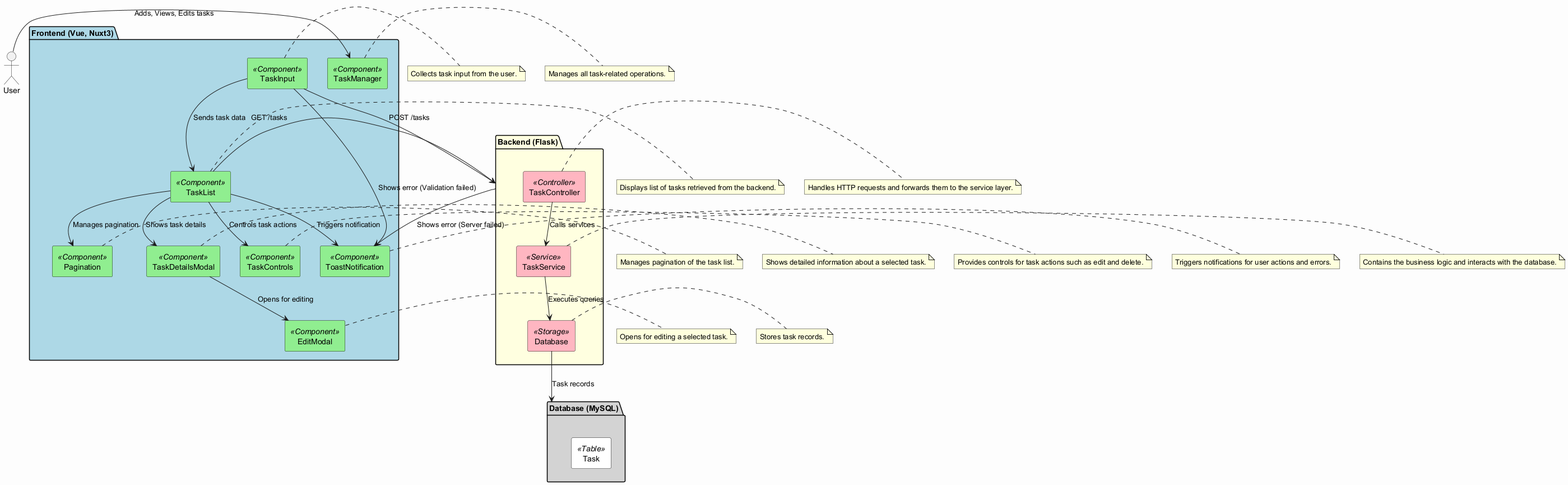
Above: docs/images/TaskManagementArchitectureDiagram.png in Takayuki-Suda/nuxt-todo-app-document (PlantUML), before the change.
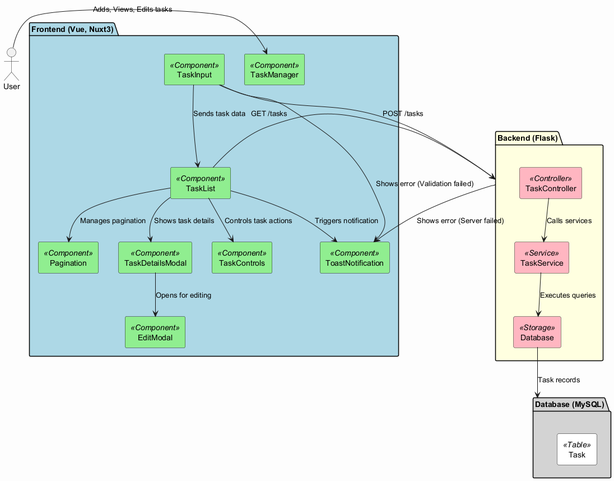
Above is the later version.

The edit, as a diff of the source:
```diff
@@ -45,49 +45,4 @@
 
 taskInput --> toast : Shows error (Validation failed)
 [Backend (Flask)] --> toast : Shows error (Server failed)
-
-note right of taskInput
-  Collects task input from the user.
-end note
-
-note right of taskList
-  Displays list of tasks retrieved from the backend.
-end note
-
-note right of pagination
-  Manages pagination of the task list.
-end note
-
-note right of detailsModal
-  Shows detailed information about a selected task.
-end note
-
-note right of taskControls
-  Provides controls for task actions such as edit and delete.
-end note
-
-note right of editModal
-  Opens for editing a selected task.
-end note
-
-note right of toast
-  Triggers notifications for user actions and errors.
-end note
-
-note right of taskManager
-  Manages all task-related operations.
-end note
-
-note right of taskController
-  Handles HTTP requests and forwards them to the service layer.
-end note
-
-note right of taskService
-  Contains the business logic and interacts with the database.
-end note
-
-note right of database
-  Stores task records.
-end note
-
 @enduml
```
